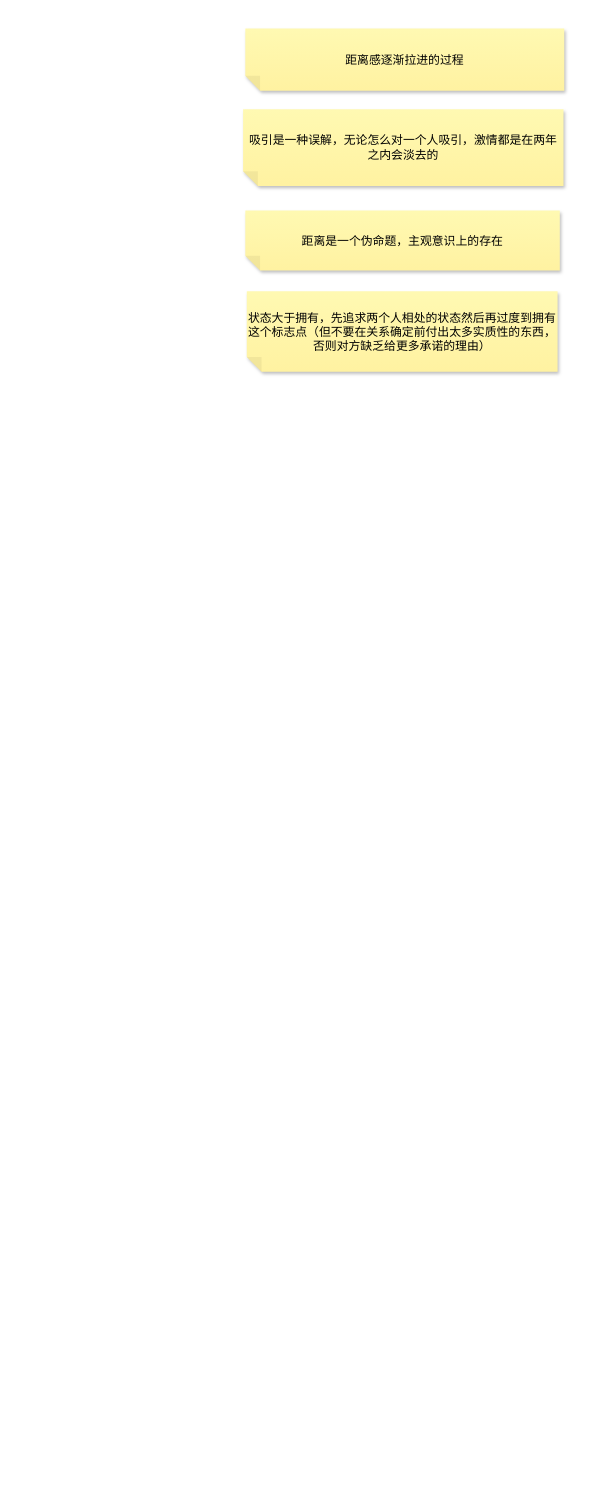
The draw.io diagram 多萝西.drawio in yoyoOO123/test, before the edit. Source tidied: cells renumbered, new cells numbered last; positions are measured from the earlier drawing's top-left corner, leaving out a move shared by most shapes. Both pictures are drawn from the tidied source at 74%, with x=0, y=0 at pixel (243, 28).
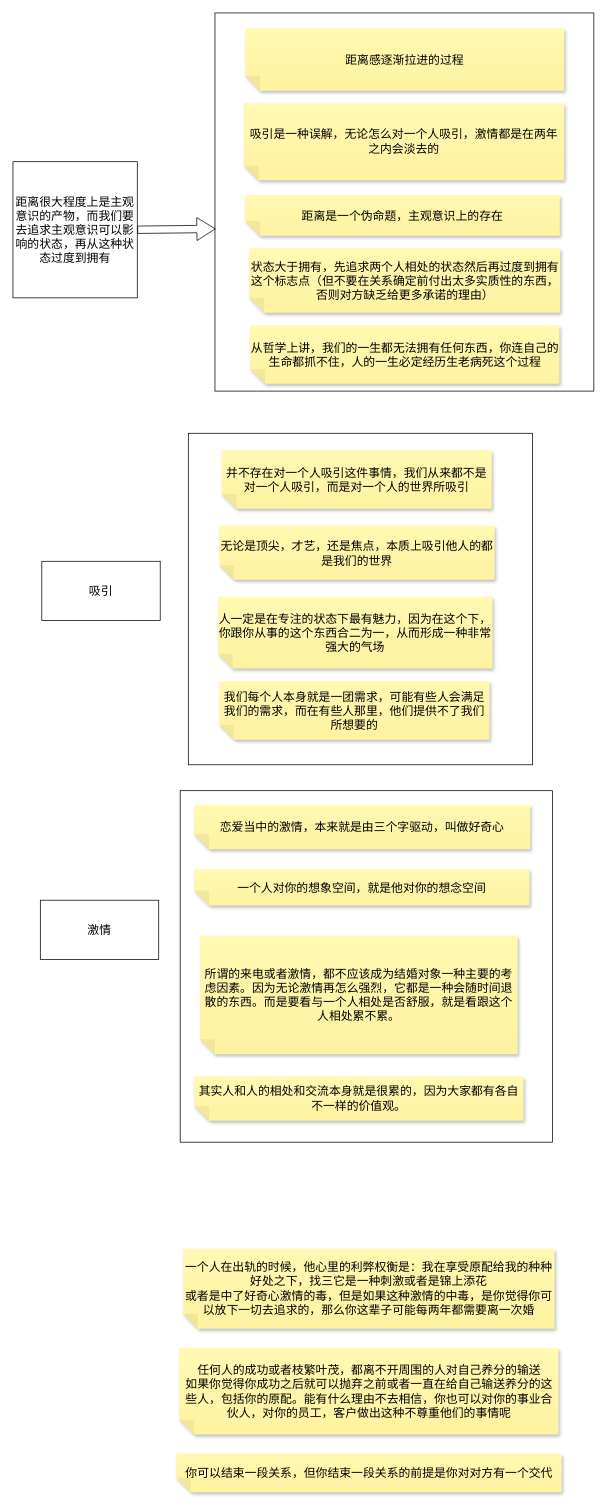
Above is the later version.

Commit message:
更新多萝西.drawio

What changed in the source:
```diff
@@
+    <mxCell id="6" style="rounded=0;whiteSpace=wrap;html=1;fontSize=16;" parent="1" vertex="1">
+      <mxGeometry x="-85" y="1030" width="503" height="475" as="geometry" />
+    </mxCell>
+    <mxCell id="7" style="rounded=0;whiteSpace=wrap;html=1;fontSize=16;" parent="1" vertex="1">
+      <mxGeometry x="-74" y="547" width="465" height="448" as="geometry" />
+    </mxCell>
+    <mxCell id="8" style="rounded=0;whiteSpace=wrap;html=1;fontSize=16;" parent="1" vertex="1">
+      <mxGeometry x="-38" y="-21" width="512" height="511" as="geometry" />
+    </mxCell>
@@
     <mxCell id="3" value="吸引是一种误解，无论怎么对一个人吸引，激情都是在两年之内会淡去的" style="shape=note;whiteSpace=wrap;html=1;backgroundOutline=1;fontColor=#000000;darkOpacity=0.05;fillColor=#FFF9B2;strokeColor=none;fillStyle=solid;direction=west;gradientDirection=north;gradientColor=#FFF2A1;shadow=1;size=20;fontSize=16;" parent="1" vertex="1">
-      <mxGeometry y="109" width="433" height="104" as="geometry" />
+      <mxGeometry x="1" y="101" width="433" height="104" as="geometry" />
     </mxCell>
     <mxCell id="4" value="距离是一个伪命题，主观意识上的存在" style="shape=note;whiteSpace=wrap;html=1;backgroundOutline=1;fontColor=#000000;darkOpacity=0.05;fillColor=#FFF9B2;strokeColor=none;fillStyle=solid;direction=west;gradientDirection=north;gradientColor=#FFF2A1;shadow=1;size=20;fontSize=16;" parent="1" vertex="1">
-      <mxGeometry x="3" y="246" width="425" height="81" as="geometry" />
+      <mxGeometry x="3" y="225" width="425" height="55" as="geometry" />
     </mxCell>
     <mxCell id="5" value="状态大于拥有，先追求两个人相处的状态然后再过度到拥有这个标志点（但不要在关系确定前付出太多实质性的东西，否则对方缺乏给更多承诺的理由）" style="shape=note;whiteSpace=wrap;html=1;backgroundOutline=1;fontColor=#000000;darkOpacity=0.05;fillColor=#FFF9B2;strokeColor=none;fillStyle=solid;direction=west;gradientDirection=north;gradientColor=#FFF2A1;shadow=1;size=20;fontSize=16;" parent="1" vertex="1">
-      <mxGeometry x="5" y="355" width="420" height="109" as="geometry" />
+      <mxGeometry x="8.5" y="297" width="420" height="87" as="geometry" />
     </mxCell>
+    <mxCell id="9" value="从哲学上讲，我们的一生都无法拥有任何东西，你连自己的生命都抓不住，人的一生必定经历生老病死这个过程" style="shape=note;whiteSpace=wrap;html=1;backgroundOutline=1;fontColor=#000000;darkOpacity=0.05;fillColor=#FFF9B2;strokeColor=none;fillStyle=solid;direction=west;gradientDirection=north;gradientColor=#FFF2A1;shadow=1;size=20;fontSize=16;" parent="1" vertex="1">
+      <mxGeometry x="9.5" y="401" width="418" height="79" as="geometry" />
+    </mxCell>
+    <mxCell id="10" value="距离很大程度上是主观意识的产物，而我们要去追求主观意识可以影响的状态，再从这种状态过度到拥有" style="rounded=0;whiteSpace=wrap;html=1;fontSize=16;" parent="1" vertex="1">
+      <mxGeometry x="-311" y="180" width="168" height="184" as="geometry" />
+    </mxCell>
+    <mxCell id="11" style="edgeStyle=none;jettySize=auto;html=1;shape=flexArrow;rounded=1;startSize=8;endSize=8;fontSize=12;endArrow=open;sourcePerimeterSpacing=8;targetPerimeterSpacing=8;curved=1;exitX=1;exitY=0.5;exitDx=0;exitDy=0;entryX=0.002;entryY=0.571;entryDx=0;entryDy=0;entryPerimeter=0;" parent="1" edge="1" source="10" target="8">
+      <mxGeometry relative="1" as="geometry" />
+    </mxCell>
+    <mxCell id="12" value="并不存在对一个人吸引这件事情，我们从来都不是对一个人吸引，而是对一个人的世界所吸引" style="shape=note;whiteSpace=wrap;html=1;backgroundOutline=1;fontColor=#000000;darkOpacity=0.05;fillColor=#FFF9B2;strokeColor=none;fillStyle=solid;direction=west;gradientDirection=north;gradientColor=#FFF2A1;shadow=1;size=20;fontSize=16;" parent="1" vertex="1">
+      <mxGeometry x="-29" y="570" width="365" height="79" as="geometry" />
+    </mxCell>
+    <mxCell id="13" value="无论是顶尖，才艺，还是焦点，本质上吸引他人的都是我们的世界" style="shape=note;whiteSpace=wrap;html=1;backgroundOutline=1;fontColor=#000000;darkOpacity=0.05;fillColor=#FFF9B2;strokeColor=none;fillStyle=solid;direction=west;gradientDirection=north;gradientColor=#FFF2A1;shadow=1;size=20;fontSize=16;" parent="1" vertex="1">
+      <mxGeometry x="-32" y="672" width="372" height="73" as="geometry" />
+    </mxCell>
+    <mxCell id="14" value="人一定是在专注的状态下最有魅力，因为在这个下，你跟你从事的这个东西合二为一，从而形成一种非常强大的气场" style="shape=note;whiteSpace=wrap;html=1;backgroundOutline=1;fontColor=#000000;darkOpacity=0.05;fillColor=#FFF9B2;strokeColor=none;fillStyle=solid;direction=west;gradientDirection=north;gradientColor=#FFF2A1;shadow=1;size=20;fontSize=16;" parent="1" vertex="1">
+      <mxGeometry x="-34" y="768" width="371" height="97" as="geometry" />
+    </mxCell>
+    <mxCell id="15" value="我们每个人本身就是一团需求，可能有些人会满足我们的需求，而在有些人那里，他们提供不了我们所想要的" style="shape=note;whiteSpace=wrap;html=1;backgroundOutline=1;fontColor=#000000;darkOpacity=0.05;fillColor=#FFF9B2;strokeColor=none;fillStyle=solid;direction=west;gradientDirection=north;gradientColor=#FFF2A1;shadow=1;size=20;fontSize=16;" parent="1" vertex="1">
+      <mxGeometry x="-32" y="882" width="365" height="79" as="geometry" />
+    </mxCell>
+    <mxCell id="16" value="恋爱当中的激情，本来就是由三个字驱动，叫做好奇心" style="shape=note;whiteSpace=wrap;html=1;backgroundOutline=1;fontColor=#000000;darkOpacity=0.05;fillColor=#FFF9B2;strokeColor=none;fillStyle=solid;direction=west;gradientDirection=north;gradientColor=#FFF2A1;shadow=1;size=20;fontSize=16;" parent="1" vertex="1">
+      <mxGeometry x="-66" y="1049" width="454" height="60" as="geometry" />
+    </mxCell>
+    <mxCell id="17" value="吸引" style="rounded=0;whiteSpace=wrap;html=1;fontSize=16;" parent="1" vertex="1">
+      <mxGeometry x="-272" y="720" width="160" height="80" as="geometry" />
+    </mxCell>
+    <mxCell id="18" value="激情" style="rounded=0;whiteSpace=wrap;html=1;fontSize=16;" parent="1" vertex="1">
+      <mxGeometry x="-274" y="1178" width="160" height="80" as="geometry" />
+    </mxCell>
+    <mxCell id="19" value="一个人对你的想象空间，就是他对你的想念空间" style="shape=note;whiteSpace=wrap;html=1;backgroundOutline=1;fontColor=#000000;darkOpacity=0.05;fillColor=#FFF9B2;strokeColor=none;fillStyle=solid;direction=west;gradientDirection=north;gradientColor=#FFF2A1;shadow=1;size=20;fontSize=16;" parent="1" vertex="1">
+      <mxGeometry x="-66" y="1136" width="453" height="49" as="geometry" />
+    </mxCell>
+    <mxCell id="20" value="所谓的来电或者激情，都不应该成为结婚对象一种主要的考虑因素。因为无论激情再怎么强烈，它都是一种会随时间退散的东西。而是要看与一个人相处是否舒服，就是看跟这个人相处累不累。" style="shape=note;whiteSpace=wrap;html=1;backgroundOutline=1;fontColor=#000000;darkOpacity=0.05;fillColor=#FFF9B2;strokeColor=none;fillStyle=solid;direction=west;gradientDirection=north;gradientColor=#FFF2A1;shadow=1;size=20;fontSize=16;" parent="1" vertex="1">
+      <mxGeometry x="-58" y="1226" width="429" height="160" as="geometry" />
+    </mxCell>
+    <mxCell id="21" value="其实人和人的相处和交流本身就是很累的，因为大家都有各自不一样的价值观。" style="shape=note;whiteSpace=wrap;html=1;backgroundOutline=1;fontColor=#000000;darkOpacity=0.05;fillColor=#FFF9B2;strokeColor=none;fillStyle=solid;direction=west;gradientDirection=north;gradientColor=#FFF2A1;shadow=1;size=20;fontSize=16;" parent="1" vertex="1">
+      <mxGeometry x="-66" y="1416" width="445" height="60" as="geometry" />
+    </mxCell>
+    <mxCell id="22" value="一个人在出轨的时候，他心里的利弊权衡是：我在享受原配给我的种种好处之下，找三它是一种刺激或者是锦上添花&lt;br&gt;或者是中了好奇心激情的毒，但是如果这种激情的中毒，是你觉得你可以放下一切去追求的，那么你这辈子可能每两年都需要离一次婚&lt;br&gt;" style="shape=note;whiteSpace=wrap;html=1;backgroundOutline=1;fontColor=#000000;darkOpacity=0.05;fillColor=#FFF9B2;strokeColor=none;fillStyle=solid;direction=west;gradientDirection=north;gradientColor=#FFF2A1;shadow=1;size=20;fontSize=16;" parent="1" vertex="1">
+      <mxGeometry x="-81" y="1649" width="502" height="108" as="geometry" />
+    </mxCell>
+    <mxCell id="23" value="任何人的成功或者枝繁叶茂，都离不开周围的人对自己养分的输送&lt;br&gt;如果你觉得你成功之后就可以抛弃之前或者一直在给自己输送养分的这些人，包括你的原配。能有什么理由不去相信，你也可以对你的事业合伙人，对你的员工，客户做出这种不尊重他们的事情呢" style="shape=note;whiteSpace=wrap;html=1;backgroundOutline=1;fontColor=#000000;darkOpacity=0.05;fillColor=#FFF9B2;strokeColor=none;fillStyle=solid;direction=west;gradientDirection=north;gradientColor=#FFF2A1;shadow=1;size=20;fontSize=16;" parent="1" vertex="1">
+      <mxGeometry x="-86.2" y="1783" width="512.5" height="117" as="geometry" />
+    </mxCell>
+    <mxCell id="24" value="你可以结束一段关系，但你结束一段关系的前提是你对对方有一个交代" style="shape=note;whiteSpace=wrap;html=1;backgroundOutline=1;fontColor=#000000;darkOpacity=0.05;fillColor=#FFF9B2;strokeColor=none;fillStyle=solid;direction=west;gradientDirection=north;gradientColor=#FFF2A1;shadow=1;size=20;fontSize=16;" parent="1" vertex="1">
+      <mxGeometry x="-90.5" y="1926" width="521" height="52" as="geometry" />
+    </mxCell>
```
